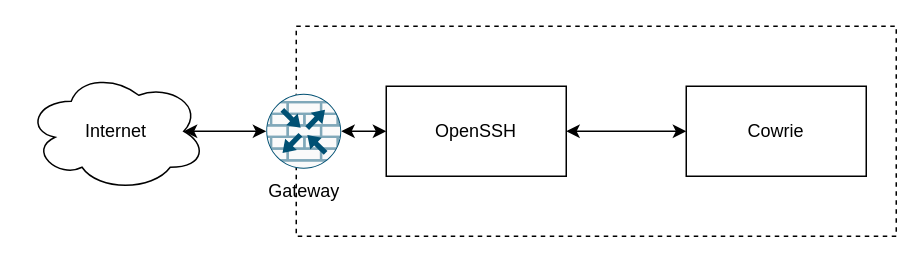
stefanDeveloper/master-thesis keeps this draw.io diagram as drawio/sshd-honeypot.drawio. Above is the earlier version. Source tidied: cells renumbered, new cells numbered last; positions are measured from the earlier drawing's top-left corner, leaving out a move shared by most shapes. Both pictures are drawn from the tidied source at 150%, with x=0, y=0 at pixel (26, 26).
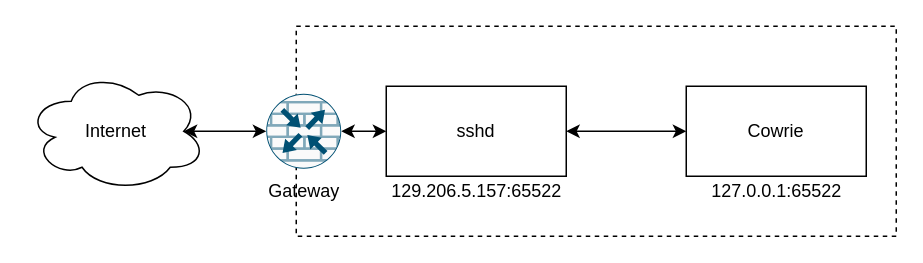
Above is the later version.

What changed in the source:
```diff
@@
 <mxGraphModel>
   <root>
     <mxCell id="0" />
     <mxCell id="1" parent="0" />
     <mxCell id="2" style="rounded=0;whiteSpace=wrap;html=1;fillColor=none;dashed=1;" parent="1" vertex="1">
       <mxGeometry x="180" width="400" height="140" as="geometry" />
     </mxCell>
     <mxCell id="3" style="edgeStyle=orthogonalEdgeStyle;rounded=0;jettySize=auto;html=1;exitX=1;exitY=0.5;exitDx=0;exitDy=0;entryX=0;entryY=0.5;entryDx=0;entryDy=0;startArrow=classic;startFill=1;" parent="1" edge="1" source="4" target="9">
       <mxGeometry relative="1" as="geometry" />
     </mxCell>
-    <mxCell id="4" value="OpenSSH" style="rounded=0;whiteSpace=wrap;html=1;" parent="1" vertex="1">
+    <mxCell id="4" value="sshd" style="rounded=0;whiteSpace=wrap;html=1;" parent="1" vertex="1">
       <mxGeometry x="240" y="40" width="120" height="60" as="geometry" />
     </mxCell>
     <mxCell id="5" style="edgeStyle=orthogonalEdgeStyle;rounded=0;jettySize=auto;html=1;exitX=0.875;exitY=0.5;exitDx=0;exitDy=0;exitPerimeter=0;entryX=0;entryY=0.5;entryDx=0;entryDy=0;entryPerimeter=0;startArrow=classic;startFill=1;" parent="1" edge="1" source="6" target="8">
       <mxGeometry relative="1" as="geometry" />
     </mxCell>
     <mxCell id="6" value="&lt;div&gt;Internet&lt;/div&gt;" style="ellipse;shape=cloud;whiteSpace=wrap;html=1;" parent="1" vertex="1">
       <mxGeometry y="30" width="120" height="80" as="geometry" />
     </mxCell>
     <mxCell id="7" style="edgeStyle=orthogonalEdgeStyle;rounded=0;jettySize=auto;html=1;exitX=1;exitY=0.5;exitDx=0;exitDy=0;exitPerimeter=0;entryX=0;entryY=0.5;entryDx=0;entryDy=0;startArrow=classic;startFill=1;" parent="1" edge="1" source="8" target="4">
       <mxGeometry relative="1" as="geometry" />
     </mxCell>
     <mxCell id="8" style="sketch=0;points=[[0.5,0,0],[1,0.5,0],[0.5,1,0],[0,0.5,0],[0.145,0.145,0],[0.8555,0.145,0],[0.855,0.8555,0],[0.145,0.855,0]];verticalLabelPosition=bottom;html=1;verticalAlign=top;align=center;shape=mxgraph.cisco19.rect;prIcon=router_with_firewall;fillColor=#FAFAFA;strokeColor=#005073;" parent="1" vertex="1">
       <mxGeometry x="160" y="45" width="50" height="50" as="geometry" />
     </mxCell>
     <mxCell id="9" value="&lt;div&gt;Cowrie&lt;/div&gt;" style="rounded=0;whiteSpace=wrap;html=1;" parent="1" vertex="1">
       <mxGeometry x="440" y="40" width="120" height="60" as="geometry" />
     </mxCell>
     <mxCell id="10" value="Gateway" style="text;html=1;align=center;verticalAlign=middle;strokeColor=none;fillColor=none;" parent="1" vertex="1">
       <mxGeometry x="155" y="100" width="60" height="20" as="geometry" />
     </mxCell>
+    <mxCell id="11" value="&lt;div&gt;127.0.0.1:65522&lt;/div&gt;" style="text;html=1;align=center;verticalAlign=middle;strokeColor=none;fillColor=none;" parent="1" vertex="1">
+      <mxGeometry x="450" y="100" width="100" height="20" as="geometry" />
+    </mxCell>
+    <mxCell id="12" value="&lt;div&gt;129.206.5.157:65522&lt;/div&gt;" style="text;html=1;align=center;verticalAlign=middle;strokeColor=none;fillColor=none;" parent="1" vertex="1">
+      <mxGeometry x="235" y="100" width="130" height="20" as="geometry" />
+    </mxCell>
   </root>
 </mxGraphModel>
```
